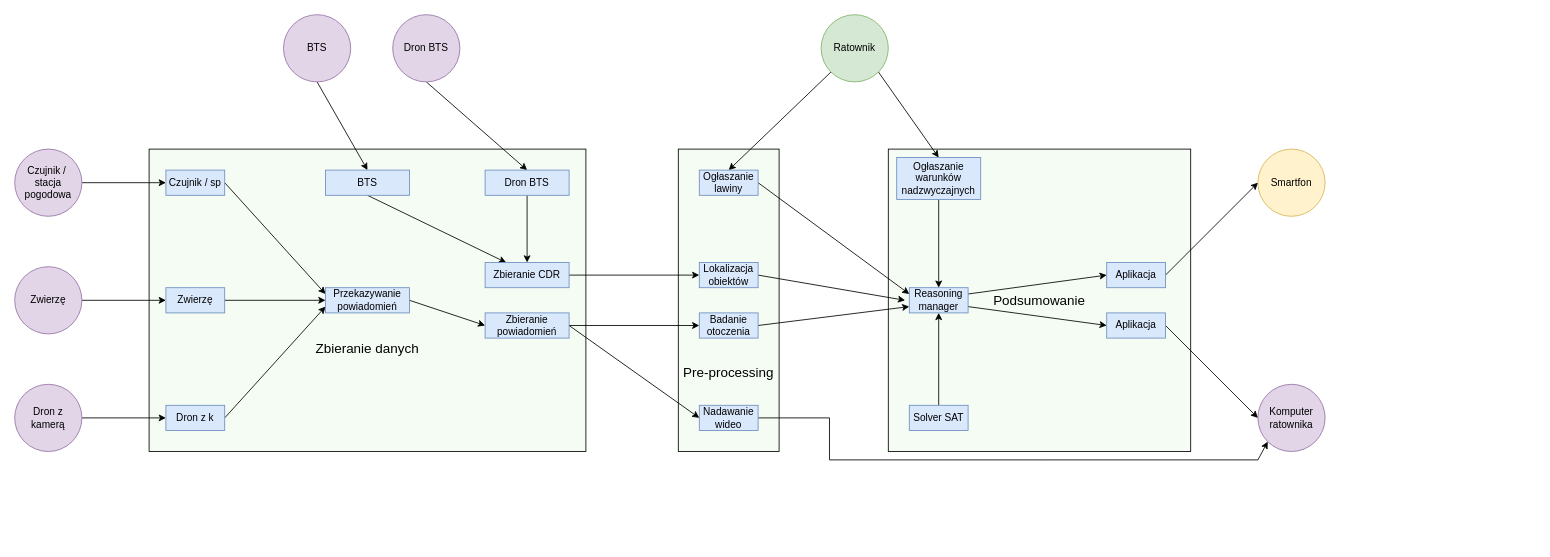
Earlier version of the draw.io diagram page "System (szczegółowy)" (5 of 6) of Diagrams.drawio (nikitagrygoriev/Blockchain). Source tidied: cells renumbered, new cells numbered last; positions are measured from the earlier drawing's top-left corner, leaving out a move shared by most shapes. Both pictures are drawn from the tidied source at 84%, with x=0, y=0 at pixel (14, 14).
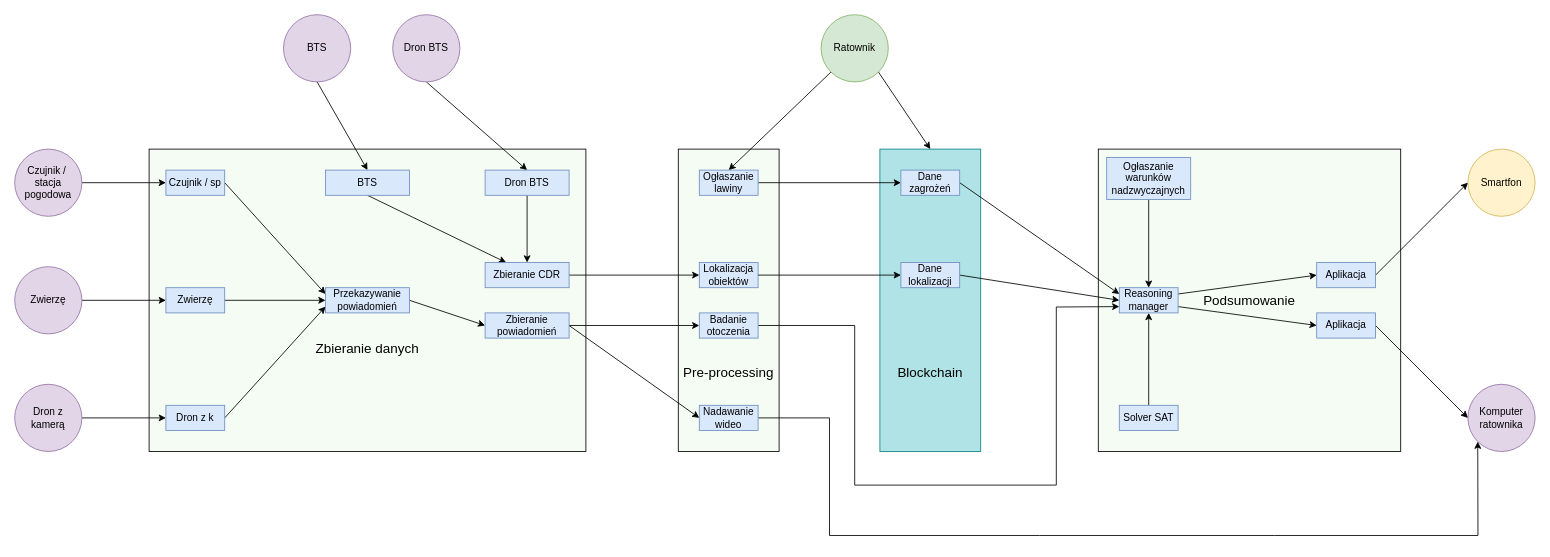
The same diagram, later.

The change refers to these unchanged cells:
```xml
<mxCell id="8" value="Ratownik" style="ellipse;whiteSpace=wrap;html=1;fillColor=#d5e8d4;strokeColor=#82b366;" parent="1" vertex="1">
  <mxGeometry x="960" width="80" height="80" as="geometry" />
</mxCell>
<mxCell id="38" value="Nadawanie wideo" style="rounded=0;whiteSpace=wrap;html=1;strokeColor=#6c8ebf;fillColor=#dae8fc;" parent="1" vertex="1">
  <mxGeometry x="815" y="465" width="70" height="30" as="geometry" />
</mxCell>
<mxCell id="40" value="Lokalizacja obiektów" style="rounded=0;whiteSpace=wrap;html=1;strokeColor=#6c8ebf;fillColor=#dae8fc;" parent="1" vertex="1">
  <mxGeometry x="815" y="295" width="70" height="30" as="geometry" />
</mxCell>
<mxCell id="42" value="Badanie otoczenia" style="rounded=0;whiteSpace=wrap;html=1;strokeColor=#6c8ebf;fillColor=#dae8fc;" parent="1" vertex="1">
  <mxGeometry x="815" y="355" width="70" height="30" as="geometry" />
</mxCell>
<mxCell id="55" value="Ogłaszanie lawiny" style="rounded=0;whiteSpace=wrap;html=1;strokeColor=#6c8ebf;fillColor=#dae8fc;" parent="1" vertex="1">
  <mxGeometry x="815" y="185" width="70" height="30" as="geometry" />
</mxCell>
```

What changed in the source:
```diff
@@
+    <mxCell id="56" value="&lt;font style=&quot;font-size: 16px&quot;&gt;&lt;br&gt;&lt;br&gt;&lt;br&gt;&lt;br&gt;&lt;br&gt;&lt;br&gt;&lt;br&gt;&lt;br&gt;&lt;br&gt;Blockchain&lt;/font&gt;" style="rounded=0;whiteSpace=wrap;html=1;strokeColor=#0e8088;fillColor=#b0e3e6;" parent="1" vertex="1">
+      <mxGeometry x="1030" y="160" width="120" height="360" as="geometry" />
+    </mxCell>
@@
     <mxCell id="4" value="&lt;font style=&quot;font-size: 16px&quot;&gt;Podsumowanie&lt;/font&gt;" style="whiteSpace=wrap;html=1;fillColor=#F5FCF4;" parent="1" vertex="1">
-      <mxGeometry x="1040" y="160" width="360" height="360" as="geometry" />
+      <mxGeometry x="1290" y="160" width="360" height="360" as="geometry" />
     </mxCell>
     <mxCell id="5" value="Smartfon" style="ellipse;whiteSpace=wrap;html=1;fillColor=#fff2cc;strokeColor=#d6b656;" parent="1" vertex="1">
-      <mxGeometry x="1480" y="160" width="80" height="80" as="geometry" />
+      <mxGeometry x="1730" y="160" width="80" height="80" as="geometry" />
     </mxCell>
@@
-    <mxCell id="7" style="edgeStyle=none;rounded=0;jettySize=auto;html=1;exitX=1;exitY=1;exitDx=0;exitDy=0;entryX=0.5;entryY=0;entryDx=0;entryDy=0;" parent="1" edge="1" source="8" target="53">
+    <mxCell id="7" style="edgeStyle=none;rounded=0;jettySize=auto;html=1;exitX=1;exitY=1;exitDx=0;exitDy=0;entryX=0.5;entryY=0;entryDx=0;entryDy=0;" parent="1" edge="1" source="8" target="56">
       <mxGeometry relative="1" as="geometry" />
     </mxCell>
@@
     <mxCell id="19" value="Komputer ratownika" style="ellipse;whiteSpace=wrap;html=1;fillColor=#e1d5e7;strokeColor=#9673a6;" parent="1" vertex="1">
-      <mxGeometry x="1480" y="440" width="80" height="80" as="geometry" />
+      <mxGeometry x="1730" y="440" width="80" height="80" as="geometry" />
     </mxCell>
@@
     <mxCell id="37" style="edgeStyle=none;rounded=0;jettySize=auto;html=1;exitX=1;exitY=0.5;exitDx=0;exitDy=0;entryX=0;entryY=1;entryDx=0;entryDy=0;" parent="1" edge="1" source="38" target="19">
       <mxGeometry relative="1" as="geometry">
         <Array as="points">
           <mxPoint x="970" y="480" />
-          <mxPoint x="970" y="530" />
-          <mxPoint x="1230" y="530" />
-          <mxPoint x="1480" y="530" />
+          <mxPoint x="970" y="620" />
+          <mxPoint x="1220" y="620" />
+          <mxPoint x="1500" y="620" />
+          <mxPoint x="1742" y="620" />
         </Array>
       </mxGeometry>
     </mxCell>
@@
-    <mxCell id="39" style="edgeStyle=none;rounded=0;jettySize=auto;html=1;exitX=1;exitY=0.5;exitDx=0;exitDy=0;" parent="1" edge="1" source="40">
-      <mxGeometry relative="1" as="geometry">
-        <mxPoint x="1060" y="340" as="targetPoint" />
-      </mxGeometry>
-    </mxCell>
@@
     <mxCell id="41" style="edgeStyle=none;rounded=0;jettySize=auto;html=1;exitX=1;exitY=0.5;exitDx=0;exitDy=0;entryX=0;entryY=0.75;entryDx=0;entryDy=0;" parent="1" edge="1" source="42" target="45">
-      <mxGeometry relative="1" as="geometry" />
+      <mxGeometry relative="1" as="geometry">
+        <Array as="points">
+          <mxPoint x="1000" y="370" />
+          <mxPoint x="1000" y="560" />
+          <mxPoint x="1240" y="560" />
+          <mxPoint x="1240" y="348" />
+        </Array>
+      </mxGeometry>
     </mxCell>
@@
     <mxCell id="45" value="Reasoning manager" style="rounded=0;whiteSpace=wrap;html=1;strokeColor=#6c8ebf;fillColor=#dae8fc;" parent="1" vertex="1">
-      <mxGeometry x="1065" y="325" width="70" height="30" as="geometry" />
+      <mxGeometry x="1315" y="325" width="70" height="30" as="geometry" />
     </mxCell>
@@
     <mxCell id="47" value="Solver SAT" style="rounded=0;whiteSpace=wrap;html=1;strokeColor=#6c8ebf;fillColor=#dae8fc;" parent="1" vertex="1">
-      <mxGeometry x="1065" y="465" width="70" height="30" as="geometry" />
+      <mxGeometry x="1315" y="465" width="70" height="30" as="geometry" />
     </mxCell>
@@
     <mxCell id="49" value="Aplikacja" style="rounded=0;whiteSpace=wrap;html=1;strokeColor=#6c8ebf;fillColor=#dae8fc;" parent="1" vertex="1">
-      <mxGeometry x="1300" y="295" width="70" height="30" as="geometry" />
+      <mxGeometry x="1550" y="295" width="70" height="30" as="geometry" />
     </mxCell>
@@
     <mxCell id="51" value="Aplikacja" style="rounded=0;whiteSpace=wrap;html=1;strokeColor=#6c8ebf;fillColor=#dae8fc;" parent="1" vertex="1">
-      <mxGeometry x="1300" y="355" width="70" height="30" as="geometry" />
+      <mxGeometry x="1550" y="355" width="70" height="30" as="geometry" />
     </mxCell>
@@
     <mxCell id="53" value="Ogłaszanie warunków nadzwyczajnych" style="rounded=0;whiteSpace=wrap;html=1;strokeColor=#6c8ebf;fillColor=#dae8fc;" parent="1" vertex="1">
-      <mxGeometry x="1050" y="170" width="100" height="50" as="geometry" />
+      <mxGeometry x="1300" y="170" width="100" height="50" as="geometry" />
     </mxCell>
-    <mxCell id="54" style="edgeStyle=none;rounded=0;jettySize=auto;html=1;exitX=1;exitY=0.5;exitDx=0;exitDy=0;entryX=0;entryY=0.25;entryDx=0;entryDy=0;" parent="1" edge="1" source="55" target="45">
-      <mxGeometry relative="1" as="geometry" />
-    </mxCell>
+    <mxCell id="57" style="edgeStyle=none;rounded=0;jettySize=auto;html=1;exitX=1;exitY=0.5;exitDx=0;exitDy=0;entryX=0;entryY=0.5;entryDx=0;entryDy=0;" parent="1" edge="1" source="55" target="61">
+      <mxGeometry relative="1" as="geometry" />
+    </mxCell>
@@
+    <mxCell id="58" style="edgeStyle=none;rounded=0;jettySize=auto;html=1;exitX=1;exitY=0.5;exitDx=0;exitDy=0;entryX=0;entryY=0.5;entryDx=0;entryDy=0;" parent="1" edge="1" source="59" target="45">
+      <mxGeometry relative="1" as="geometry" />
+    </mxCell>
+    <mxCell id="59" value="Dane lokalizacji" style="rounded=0;whiteSpace=wrap;html=1;strokeColor=#6c8ebf;fillColor=#dae8fc;" parent="1" vertex="1">
+      <mxGeometry x="1055" y="295" width="70" height="30" as="geometry" />
+    </mxCell>
+    <mxCell id="60" style="edgeStyle=none;rounded=0;jettySize=auto;html=1;exitX=1;exitY=0.5;exitDx=0;exitDy=0;entryX=0;entryY=0.25;entryDx=0;entryDy=0;" parent="1" edge="1" source="61" target="45">
+      <mxGeometry relative="1" as="geometry" />
+    </mxCell>
+    <mxCell id="61" value="Dane&lt;br&gt;zagrożeń" style="rounded=0;whiteSpace=wrap;html=1;strokeColor=#6c8ebf;fillColor=#dae8fc;" parent="1" vertex="1">
+      <mxGeometry x="1055" y="185" width="70" height="30" as="geometry" />
+    </mxCell>
+    <mxCell id="62" style="edgeStyle=none;rounded=0;jettySize=auto;html=1;exitX=1;exitY=0.5;exitDx=0;exitDy=0;entryX=0;entryY=0.5;entryDx=0;entryDy=0;" parent="1" edge="1" source="40" target="59">
+      <mxGeometry relative="1" as="geometry" />
+    </mxCell>
```
